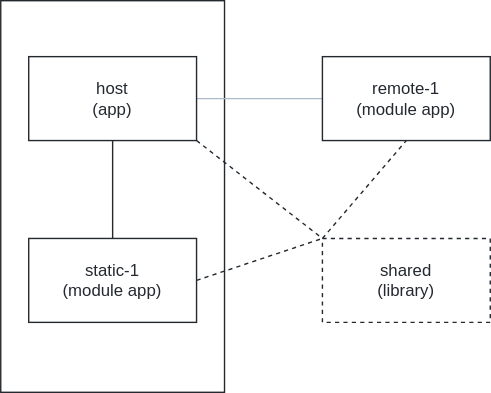
The draw.io diagram app-light.drawio.svg in patricklafrance/wmfnext-shell, before a commit. Source tidied: cells renumbered, new cells last; positions are measured from the earlier drawing's top-left corner, leaving out a move shared by most shapes. Source of this version:
```xml
<mxGraphModel background="#ffffff">
  <root>
    <mxCell id="0" />
    <mxCell id="1" parent="0" />
    <mxCell id="2" style="rounded=0;whiteSpace=wrap;html=1;fillColor=none;strokeColor=#24292F;" parent="1" vertex="1">
      <mxGeometry width="160" height="280" as="geometry" />
    </mxCell>
    <mxCell id="3" style="edgeStyle=none;html=1;endArrow=none;endFill=0;strokeColor=#24292F;" parent="1" edge="1" source="5" target="6">
      <mxGeometry relative="1" as="geometry" />
    </mxCell>
    <mxCell id="4" style="edgeStyle=none;html=1;endArrow=none;endFill=0;strokeColor=#ADBAC7;" parent="1" edge="1" source="5" target="7">
      <mxGeometry relative="1" as="geometry" />
    </mxCell>
    <mxCell id="5" value="&lt;font color=&quot;#24292f&quot;&gt;host&lt;br&gt;(app)&lt;/font&gt;" style="rounded=0;whiteSpace=wrap;html=1;fillColor=none;strokeColor=#24292F;fontColor=#808080;" parent="1" vertex="1">
      <mxGeometry x="20" y="40" width="120" height="60" as="geometry" />
    </mxCell>
    <mxCell id="6" value="&lt;font color=&quot;#24292f&quot;&gt;static-1&lt;br&gt;(module app)&lt;/font&gt;" style="rounded=0;whiteSpace=wrap;html=1;fillColor=none;strokeColor=#24292F;fontColor=#808080;" parent="1" vertex="1">
      <mxGeometry x="20" y="170" width="120" height="60" as="geometry" />
    </mxCell>
    <mxCell id="7" value="&lt;font color=&quot;#24292f&quot;&gt;remote-1&lt;br&gt;(module app)&lt;/font&gt;" style="rounded=0;whiteSpace=wrap;html=1;fillColor=none;strokeColor=#24292F;fontColor=#808080;" parent="1" vertex="1">
      <mxGeometry x="230" y="40" width="120" height="60" as="geometry" />
    </mxCell>
    <mxCell id="8" value="&lt;font color=&quot;#24292f&quot;&gt;shared&lt;br&gt;(library)&lt;/font&gt;" style="rounded=0;whiteSpace=wrap;html=1;dashed=1;fillColor=none;strokeColor=#24292F;fontColor=#808080;" parent="1" vertex="1">
      <mxGeometry x="230" y="170" width="120" height="60" as="geometry" />
    </mxCell>
    <mxCell id="9" style="endArrow=none;dashed=1;html=1;strokeColor=#24292F;fontColor=#ADBAC7;exitX=0;exitY=0;exitDx=0;exitDy=0;entryX=0.5;entryY=1;entryDx=0;entryDy=0;" parent="1" edge="1" source="8" target="7">
      <mxGeometry relative="1" as="geometry" />
    </mxCell>
    <mxCell id="10" style="endArrow=none;dashed=1;html=1;strokeColor=#24292F;fontColor=#ADBAC7;entryX=0;entryY=0;entryDx=0;entryDy=0;exitX=1;exitY=1;exitDx=0;exitDy=0;" parent="1" edge="1" source="5" target="8">
      <mxGeometry relative="1" as="geometry" />
    </mxCell>
    <mxCell id="11" style="endArrow=none;dashed=1;html=1;strokeColor=#24292F;fontColor=#ADBAC7;entryX=0;entryY=0;entryDx=0;entryDy=0;exitX=1;exitY=0.5;exitDx=0;exitDy=0;" parent="1" edge="1" source="6" target="8">
      <mxGeometry relative="1" as="geometry" />
    </mxCell>
  </root>
</mxGraphModel>
```
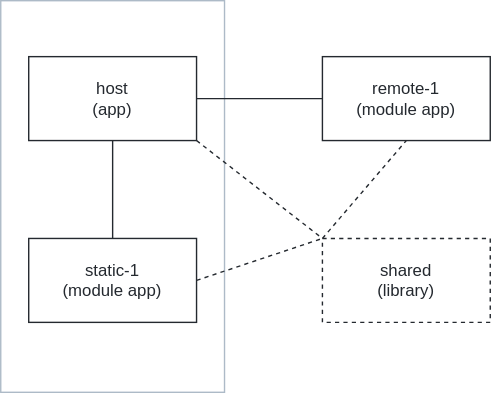
After the commit.

Commit message:
Missed a few lines in the light mode diagram

What changed in the source:
```diff
@@ -2,13 +2,13 @@
   <root>
     <mxCell id="0" />
     <mxCell id="1" parent="0" />
-    <mxCell id="2" style="rounded=0;whiteSpace=wrap;html=1;fillColor=none;strokeColor=#24292F;" parent="1" vertex="1">
+    <mxCell id="2" style="rounded=0;whiteSpace=wrap;html=1;fillColor=none;strokeColor=#ADBAC7;" parent="1" vertex="1">
       <mxGeometry width="160" height="280" as="geometry" />
     </mxCell>
     <mxCell id="3" style="edgeStyle=none;html=1;endArrow=none;endFill=0;strokeColor=#24292F;" parent="1" edge="1" source="5" target="6">
       <mxGeometry relative="1" as="geometry" />
     </mxCell>
-    <mxCell id="4" style="edgeStyle=none;html=1;endArrow=none;endFill=0;strokeColor=#ADBAC7;" parent="1" edge="1" source="5" target="7">
+    <mxCell id="4" style="edgeStyle=none;html=1;endArrow=none;endFill=0;strokeColor=#24292F;" parent="1" edge="1" source="5" target="7">
       <mxGeometry relative="1" as="geometry" />
     </mxCell>
     <mxCell id="5" value="&lt;font color=&quot;#24292f&quot;&gt;host&lt;br&gt;(app)&lt;/font&gt;" style="rounded=0;whiteSpace=wrap;html=1;fillColor=none;strokeColor=#24292F;fontColor=#808080;" parent="1" vertex="1">
```
